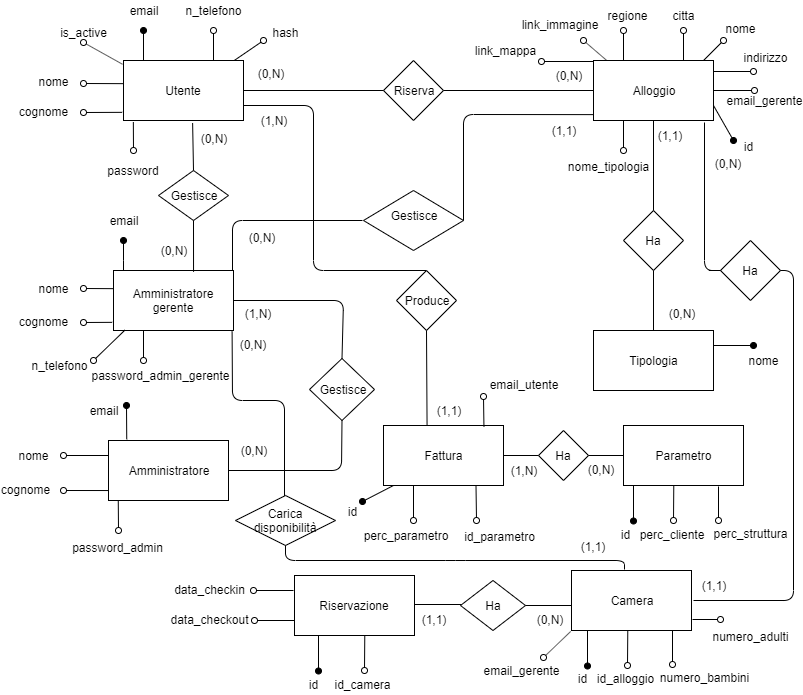
Earlier version of the draw.io export Progettazione/Database.png (mattialazzaroni/Gestione-alloggi). Source tidied: cells renumbered, new cells last; positions are measured from the earlier drawing's top-left corner, leaving out a move shared by most shapes.
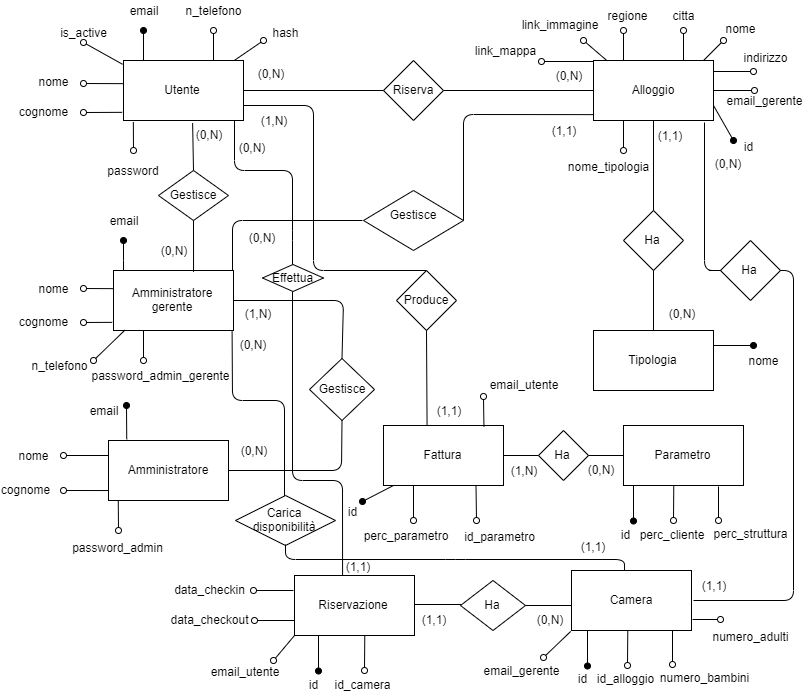
After the commit.

The edit, as a diff of the source:
```diff
@@ -183,7 +183,7 @@
       <mxGeometry x="148" y="240" width="40" height="20" as="geometry" />
     </mxCell>
     <mxCell id="47" value="(0,N)" style="text;html=1;strokeColor=none;fillColor=none;align=center;verticalAlign=middle;whiteSpace=wrap;rounded=0;fontSize=12;" parent="1" vertex="1">
-      <mxGeometry x="188" y="128" width="40" height="20" as="geometry" />
+      <mxGeometry x="183" y="124" width="40" height="20" as="geometry" />
     </mxCell>
     <mxCell id="48" value="(0,N)" style="text;html=1;strokeColor=none;fillColor=none;align=center;verticalAlign=middle;whiteSpace=wrap;rounded=0;fontSize=12;" parent="1" vertex="1">
       <mxGeometry x="245" y="63" width="40" height="20" as="geometry" />
@@ -449,14 +449,13 @@
     <mxCell id="113" value="Carica disponibilità" style="rhombus;whiteSpace=wrap;html=1;" parent="1" vertex="1">
       <mxGeometry x="230" y="495" width="100" height="50" as="geometry" />
     </mxCell>
-    <mxCell id="114" style="endArrow=none;html=1;entryX=0.5;entryY=1;entryDx=0;entryDy=0;exitX=0.425;exitY=-0.017;exitDx=0;exitDy=0;exitPerimeter=0;" parent="1" edge="1">
+    <mxCell id="114" style="endArrow=none;html=1;entryX=0.5;entryY=1;entryDx=0;entryDy=0;exitX=0.442;exitY=0.002;exitDx=0;exitDy=0;exitPerimeter=0;" parent="1" edge="1" source="107">
       <mxGeometry relative="1" as="geometry">
-        <mxPoint x="619" y="569" as="sourcePoint" />
-        <mxPoint x="280" y="545" as="targetPoint" />
+        <mxPoint x="280" y="544" as="targetPoint" />
         <Array as="points">
-          <mxPoint x="619" y="560" />
-          <mxPoint x="450" y="560" />
-          <mxPoint x="280" y="560" />
+          <mxPoint x="619" y="559" />
+          <mxPoint x="450" y="559" />
+          <mxPoint x="280" y="559" />
         </Array>
       </mxGeometry>
     </mxCell>
@@ -587,5 +586,36 @@
         </Array>
       </mxGeometry>
     </mxCell>
+    <mxCell id="145" style="endArrow=none;html=1;entryX=0;entryY=1;entryDx=0;entryDy=0;startArrow=oval;startFill=0;" parent="1" edge="1" target="111">
+      <mxGeometry relative="1" as="geometry">
+        <mxPoint x="268" y="660" as="sourcePoint" />
+      </mxGeometry>
+    </mxCell>
+    <mxCell id="146" value="email_utente" style="text;html=1;strokeColor=none;fillColor=none;align=center;verticalAlign=middle;whiteSpace=wrap;rounded=0;" parent="1" vertex="1">
+      <mxGeometry x="219" y="661" width="40" height="20" as="geometry" />
+    </mxCell>
+    <mxCell id="147" value="(0,N)" style="text;html=1;strokeColor=none;fillColor=none;align=center;verticalAlign=middle;whiteSpace=wrap;rounded=0;" parent="1" vertex="1">
+      <mxGeometry x="226" y="137" width="40" height="20" as="geometry" />
+    </mxCell>
+    <mxCell id="148" style="endArrow=none;html=1;exitX=0.409;exitY=0.006;exitDx=0;exitDy=0;exitPerimeter=0;" parent="1" edge="1">
+      <mxGeometry relative="1" as="geometry">
+        <mxPoint x="337.1" y="575.4" as="sourcePoint" />
+        <mxPoint x="229" y="120" as="targetPoint" />
+        <Array as="points">
+          <mxPoint x="337" y="480" />
+          <mxPoint x="287" y="480" />
+          <mxPoint x="287" y="280" />
+          <mxPoint x="287" y="230" />
+          <mxPoint x="287" y="170" />
+          <mxPoint x="229" y="170" />
+        </Array>
+      </mxGeometry>
+    </mxCell>
+    <mxCell id="149" value="Effettua" style="rhombus;whiteSpace=wrap;html=1;" parent="1" vertex="1">
+      <mxGeometry x="257" y="264" width="61" height="27" as="geometry" />
+    </mxCell>
+    <mxCell id="150" value="(1,1)" style="text;html=1;strokeColor=none;fillColor=none;align=center;verticalAlign=middle;whiteSpace=wrap;rounded=0;fontSize=12;" parent="1" vertex="1">
+      <mxGeometry x="332" y="558" width="41" height="15" as="geometry" />
+    </mxCell>
   </root>
 </mxGraphModel>
```
